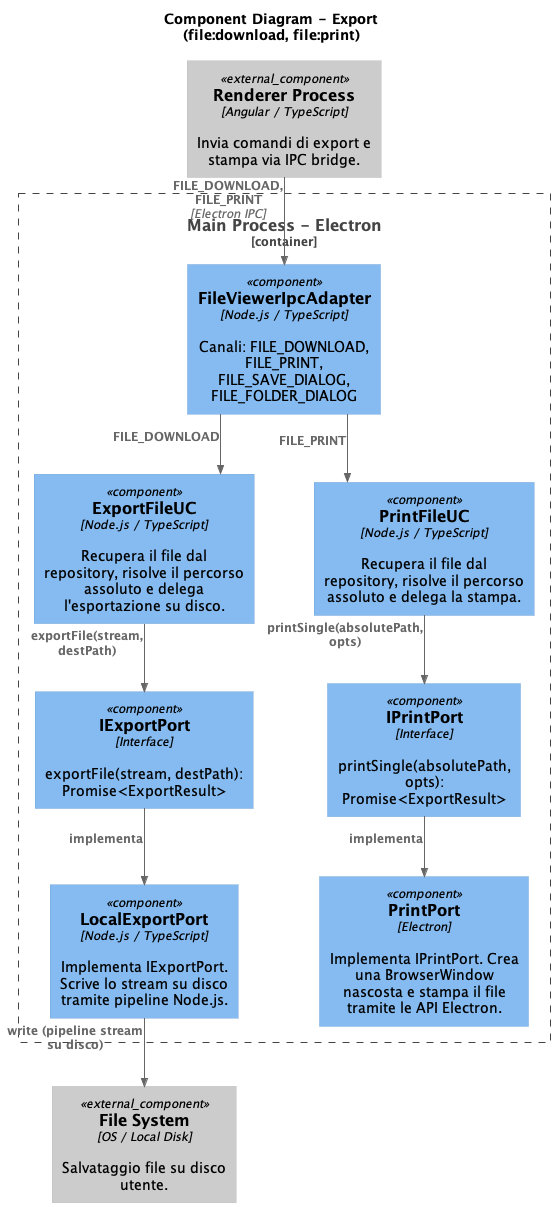
Before: out/3_PB/DocumentiEsterni/DiagrammiSpecificaTecnica/generated_/architecture/c1-c3/C3_main_export/Component Diagram - Export.png, a diagram exported from PlantUML (7-ZPUs/Docs).
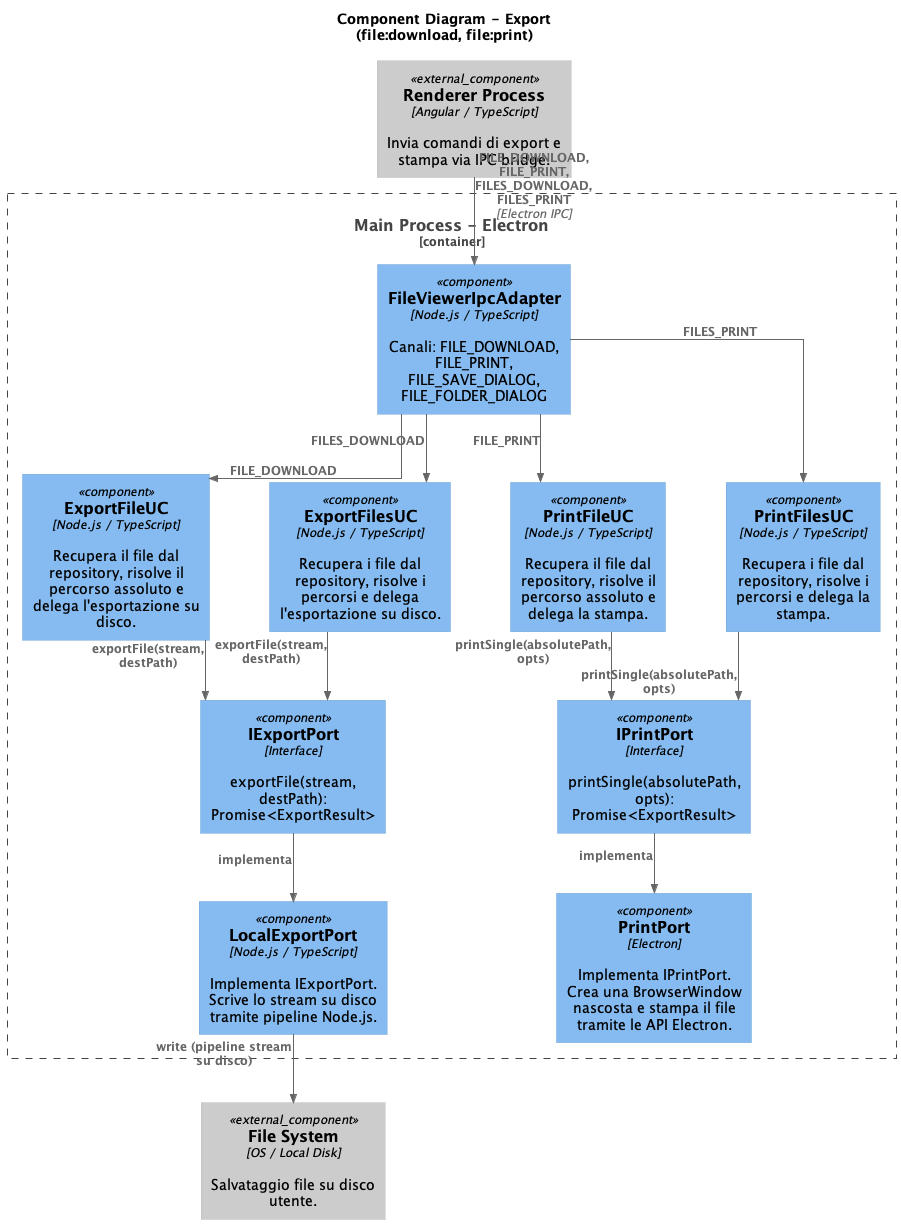
Later version of the same file.

Commit message:
Fix parte di Export

The edit, as a diff of the source:
```diff
@@ -5,7 +5,7 @@
 LAYOUT_TOP_DOWN()
 skinparam linetype ortho
 skinparam shadowing false
-skinparam wrapWidth 200
+skinparam wrapWidth 180
 skinparam nodesep 60
 skinparam ranksep 60
 
@@ -16,17 +16,23 @@
     Component(file_ipc,       "FileViewerIpcAdapter",   "Node.js / TypeScript", "Canali: FILE_DOWNLOAD, FILE_PRINT,\nFILE_SAVE_DIALOG, FILE_FOLDER_DIALOG")
     Component(uc_export_file, "ExportFileUC",           "Node.js / TypeScript", "Recupera il file dal repository, risolve il percorso assoluto e delega l'esportazione su disco.")
     Component(uc_print_file,  "PrintFileUC",            "Node.js / TypeScript", "Recupera il file dal repository, risolve il percorso assoluto e delega la stampa.")
+    Component(uc_export_files, "ExportFilesUC",           "Node.js / TypeScript", "Recupera i file dal repository, risolve i percorsi e delega l'esportazione su disco.")
+    Component(uc_print_files,  "PrintFilesUC",            "Node.js / TypeScript", "Recupera i file dal repository, risolve i percorsi e delega la stampa.")
     Component(port_export,    "IExportPort",            "Interface",            "exportFile(stream, destPath): Promise<ExportResult>")
     Component(port_print,     "IPrintPort",             "Interface",            "printSingle(absolutePath, opts): Promise<ExportResult>")
     Component(local_export,   "LocalExportPort",        "Node.js / TypeScript", "Implementa IExportPort. Scrive lo stream su disco tramite pipeline Node.js.")
     Component(print_port,     "PrintPort",              "Electron",             "Implementa IPrintPort. Crea una BrowserWindow nascosta e stampa il file tramite le API Electron.")
 }
 
-Rel_D(renderer,       file_ipc,       "FILE_DOWNLOAD, FILE_PRINT", "Electron IPC")
+Rel_D(renderer,       file_ipc,       "FILE_DOWNLOAD, FILE_PRINT, FILES_DOWNLOAD, FILES_PRINT", "Electron IPC")
 Rel_D(file_ipc,       uc_export_file, "FILE_DOWNLOAD")
 Rel_D(file_ipc,       uc_print_file,  "FILE_PRINT")
+Rel_D(file_ipc,       uc_export_files, "FILES_DOWNLOAD")
+Rel_D(file_ipc,       uc_print_files,  "FILES_PRINT")
 Rel_D(uc_export_file, port_export,    "exportFile(stream, destPath)")
 Rel_D(uc_print_file,  port_print,     "printSingle(absolutePath, opts)")
+Rel_D(uc_export_files, port_export,    "exportFile(stream, destPath)")
+Rel_D(uc_print_files,  port_print,     "printSingle(absolutePath, opts)")
 Rel_D(port_export,    local_export,   "implementa")
 Rel_D(port_print,     print_port,     "implementa")
 Rel_D(local_export,   filesystem,     "write (pipeline stream su disco)")
```
